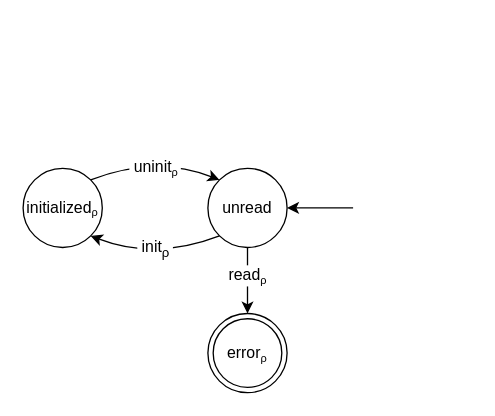
Before: algorithm/figures/use-before.drawio in andersfischernielsen/Finding-Resource-Manipulation-Bugs-with-Monitor-Automata-on-the-Example-of-the-Linux-Kernel, a draw.io diagram. Source tidied: cells renumbered, new cells numbered last; positions are measured from the earlier drawing's top-left corner, leaving out a move shared by most shapes. Both pictures are drawn from the tidied source at 132%, with x=0, y=0 at pixel (22, 154).
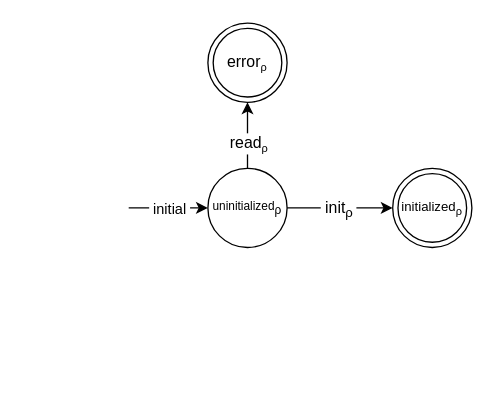
After the change.

What changed in the source:
```diff
@@
 <mxGraphModel>
   <root>
     <mxCell id="0" />
     <mxCell id="1" parent="0" />
-    <mxCell id="2" value="initialized&lt;span style=&quot;font-size: 10px&quot;&gt;&lt;sub&gt;ρ&lt;/sub&gt;&lt;/span&gt;" style="ellipse;whiteSpace=wrap;html=1;" parent="1" vertex="1">
-      <mxGeometry y="10" width="60" height="60" as="geometry" />
-    </mxCell>
-    <mxCell id="3" style="endArrow=classic;html=1;entryX=1;entryY=0.5;entryDx=0;entryDy=0;" parent="1" edge="1" target="8">
+    <mxCell id="3" style="endArrow=classic;html=1;entryX=0;entryY=0.5;entryDx=0;entryDy=0;" parent="1" edge="1" target="8">
       <mxGeometry relative="1" as="geometry">
-        <mxPoint x="250" y="40" as="sourcePoint" />
+        <mxPoint x="80" y="40" as="sourcePoint" />
       </mxGeometry>
     </mxCell>
+    <mxCell id="12" value="&amp;nbsp;initial&amp;nbsp;" style="edgeLabel;html=1;align=center;verticalAlign=middle;" parent="3" vertex="1">
+      <mxGeometry x="-0.16" y="1" relative="1" as="geometry">
+        <mxPoint x="5" y="1" as="offset" />
+      </mxGeometry>
+    </mxCell>
-    <mxCell id="4" style="rounded=0;jettySize=auto;html=1;exitX=0.5;exitY=1;exitDx=0;exitDy=0;entryX=0.5;entryY=0;entryDx=0;entryDy=0;" parent="1" edge="1" source="8">
-      <mxGeometry relative="1" as="geometry">
-        <mxPoint x="170" y="120" as="targetPoint" />
-      </mxGeometry>
+    <mxCell id="4" style="rounded=0;jettySize=auto;html=1;exitX=0.5;exitY=0;exitDx=0;exitDy=0;entryX=0.5;entryY=1;entryDx=0;entryDy=0;" parent="1" edge="1" source="8" target="9">
+      <mxGeometry relative="1" as="geometry" />
     </mxCell>
     <mxCell id="5" value="read&lt;span style=&quot;font-size: 10px&quot;&gt;&lt;sub&gt;ρ&lt;/sub&gt;&lt;/span&gt;" style="text;html=1;align=center;verticalAlign=middle;labelBackgroundColor=#ffffff;" parent="4" vertex="1">
-      <mxGeometry x="-0.2" y="-1" relative="1" as="geometry" />
+      <mxGeometry x="-0.2" y="-1" relative="1" as="geometry">
+        <mxPoint x="-1" as="offset" />
+      </mxGeometry>
     </mxCell>
-    <mxCell id="6" style="edgeStyle=none;jettySize=auto;html=1;exitX=0;exitY=1;exitDx=0;exitDy=0;entryX=1;entryY=1;entryDx=0;entryDy=0;curved=1;" parent="1" edge="1" source="8" target="2">
-      <mxGeometry relative="1" as="geometry">
-        <Array as="points">
-          <mxPoint x="100" y="80" />
-        </Array>
-      </mxGeometry>
+    <mxCell id="6" style="jettySize=auto;html=1;entryX=0;entryY=0.5;entryDx=0;entryDy=0;exitX=1;exitY=0.5;exitDx=0;exitDy=0;" parent="1" edge="1" source="8" target="2">
+      <mxGeometry relative="1" as="geometry" />
     </mxCell>
     <mxCell id="7" value="&amp;nbsp;init&lt;sub&gt;ρ&amp;nbsp;&lt;/sub&gt;" style="text;html=1;align=center;verticalAlign=middle;labelBackgroundColor=#ffffff;" parent="6" vertex="1">
       <mxGeometry x="-0.22" y="1" relative="1" as="geometry">
-        <mxPoint x="-11" y="-6" as="offset" />
+        <mxPoint x="7" y="1" as="offset" />
       </mxGeometry>
     </mxCell>
-    <mxCell id="8" value="unread" style="ellipse;whiteSpace=wrap;html=1;" parent="1" vertex="1">
+    <mxCell id="8" value="uninitialized&lt;span style=&quot;font-size: 9px;&quot;&gt;&lt;sub style=&quot;font-size: 9px;&quot;&gt;ρ&lt;/sub&gt;&lt;/span&gt;" style="ellipse;whiteSpace=wrap;html=1;fontSize=9;" parent="1" vertex="1">
       <mxGeometry x="140" y="10" width="60" height="60" as="geometry" />
     </mxCell>
     <mxCell id="9" value="error&lt;span style=&quot;font-size: 10px&quot;&gt;&lt;sub&gt;ρ&lt;/sub&gt;&lt;/span&gt;" style="ellipse;shape=doubleEllipse;whiteSpace=wrap;html=1;" parent="1" vertex="1">
-      <mxGeometry x="140" y="120" width="60" height="60" as="geometry" />
+      <mxGeometry x="140" y="-100" width="60" height="60" as="geometry" />
     </mxCell>
-    <mxCell id="10" style="endArrow=classic;html=1;exitX=1;exitY=0;exitDx=0;exitDy=0;entryX=0;entryY=0;entryDx=0;entryDy=0;curved=1;" parent="1" edge="1" source="2" target="8">
-      <mxGeometry relative="1" as="geometry">
-        <Array as="points">
-          <mxPoint x="100" />
-        </Array>
-      </mxGeometry>
-    </mxCell>
-    <mxCell id="11" value="&amp;nbsp;uninit&lt;span style=&quot;font-size: 10px&quot;&gt;&lt;sub&gt;ρ&amp;nbsp;&lt;/sub&gt;&lt;/span&gt;" style="text;html=1;align=center;verticalAlign=middle;labelBackgroundColor=#ffffff;" parent="10" vertex="1">
-      <mxGeometry x="-0.16" y="-14" relative="1" as="geometry">
-        <mxPoint x="2" y="-8" as="offset" />
-      </mxGeometry>
-    </mxCell>
+    <mxCell id="2" value="&lt;font style=&quot;font-size: 10px&quot;&gt;initialized&lt;sub&gt;ρ&lt;/sub&gt;&lt;/font&gt;" style="ellipse;shape=doubleEllipse;whiteSpace=wrap;html=1;fontSize=8;" parent="1" vertex="1">
+      <mxGeometry x="280" y="10" width="60" height="60" as="geometry" />
+    </mxCell>
   </root>
 </mxGraphModel>
```
